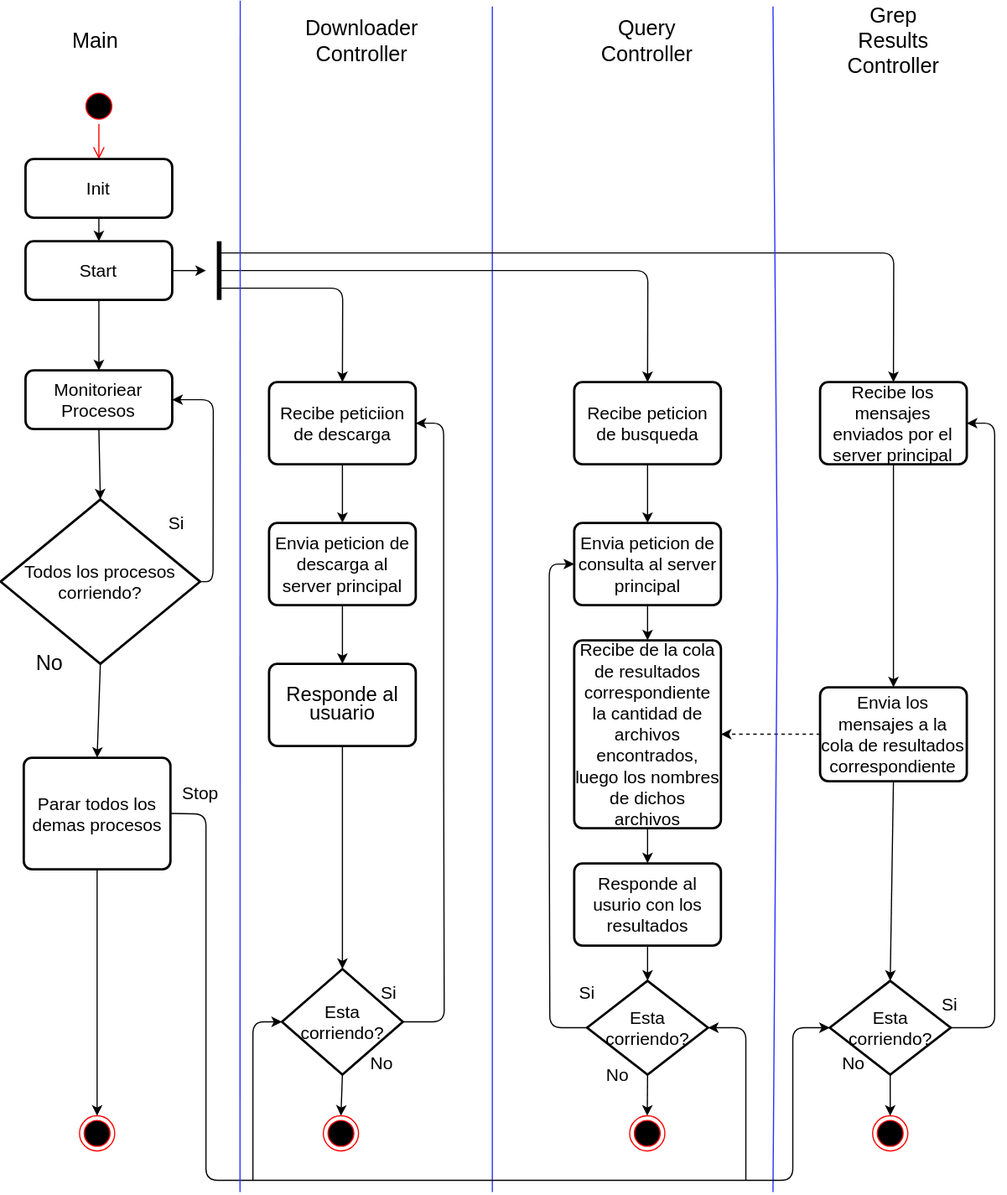
Before: images/actividades-server.svg, a diagram exported from draw.io (rinaldia92/distribuidos-tp1). Source tidied: cells renumbered, new cells last; positions are measured from the earlier drawing's top-left corner, leaving out a move shared by most shapes.
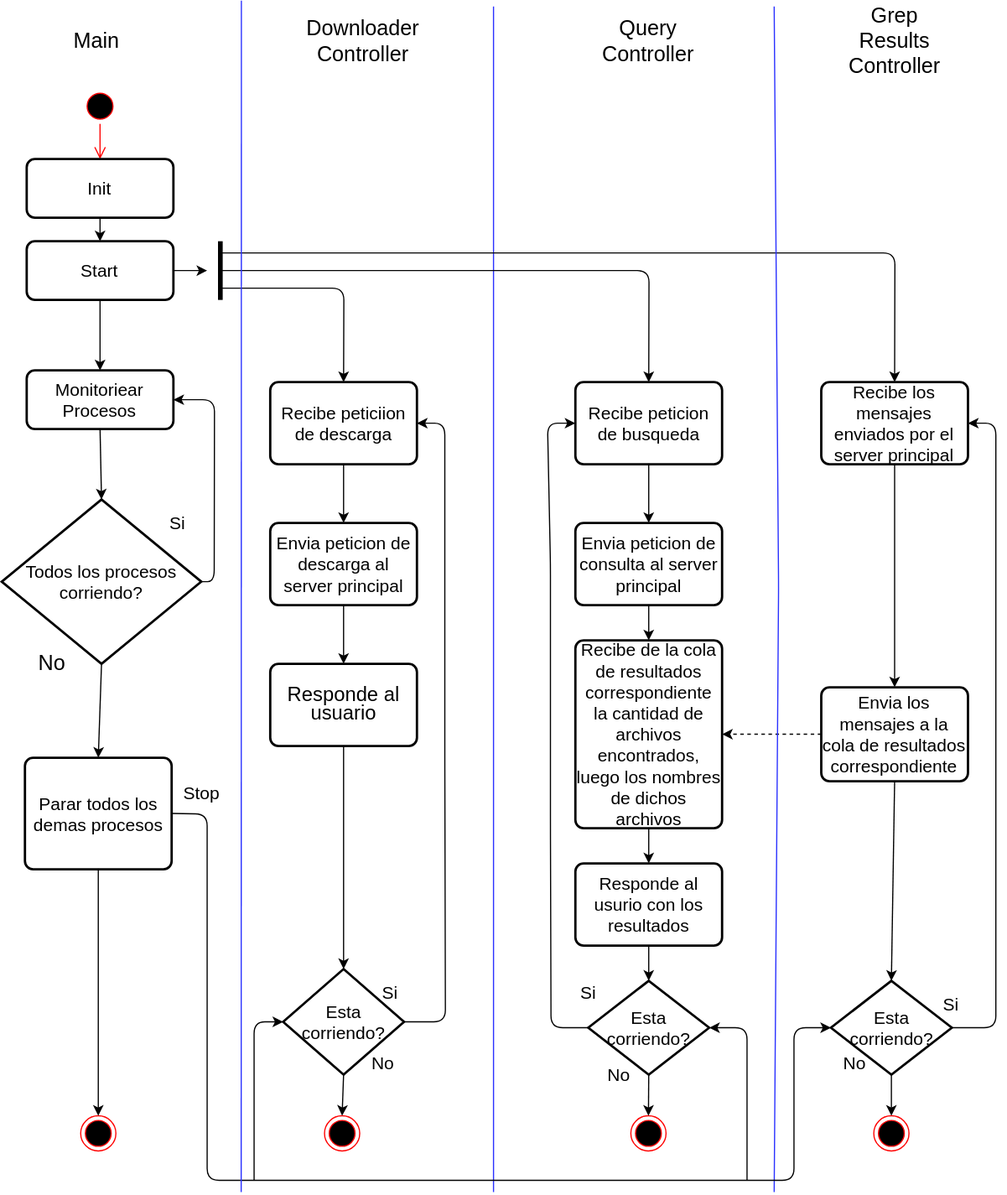
Above is the later version.

Commit message:
Fixed activity diagrams

Diff of the diagram source:
```diff
@@ -189,12 +189,13 @@
         </Array>
       </mxGeometry>
     </mxCell>
-    <mxCell id="53" style="endArrow=classic;html=1;strokeColor=#000000;exitX=0;exitY=0.5;exitDx=0;exitDy=0;exitPerimeter=0;entryX=0;entryY=0.5;entryDx=0;entryDy=0;" parent="1" edge="1" source="41" target="11">
+    <mxCell id="53" style="endArrow=classic;html=1;strokeColor=#000000;exitX=0;exitY=0.5;exitDx=0;exitDy=0;exitPerimeter=0;entryX=0;entryY=0.5;entryDx=0;entryDy=0;" parent="1" edge="1" source="41" target="4">
       <mxGeometry relative="1" as="geometry">
         <Array as="points">
           <mxPoint x="468" y="875" />
           <mxPoint x="467.5" y="705" />
           <mxPoint x="467.5" y="480" />
+          <mxPoint x="465" y="360" />
         </Array>
       </mxGeometry>
     </mxCell>
```
